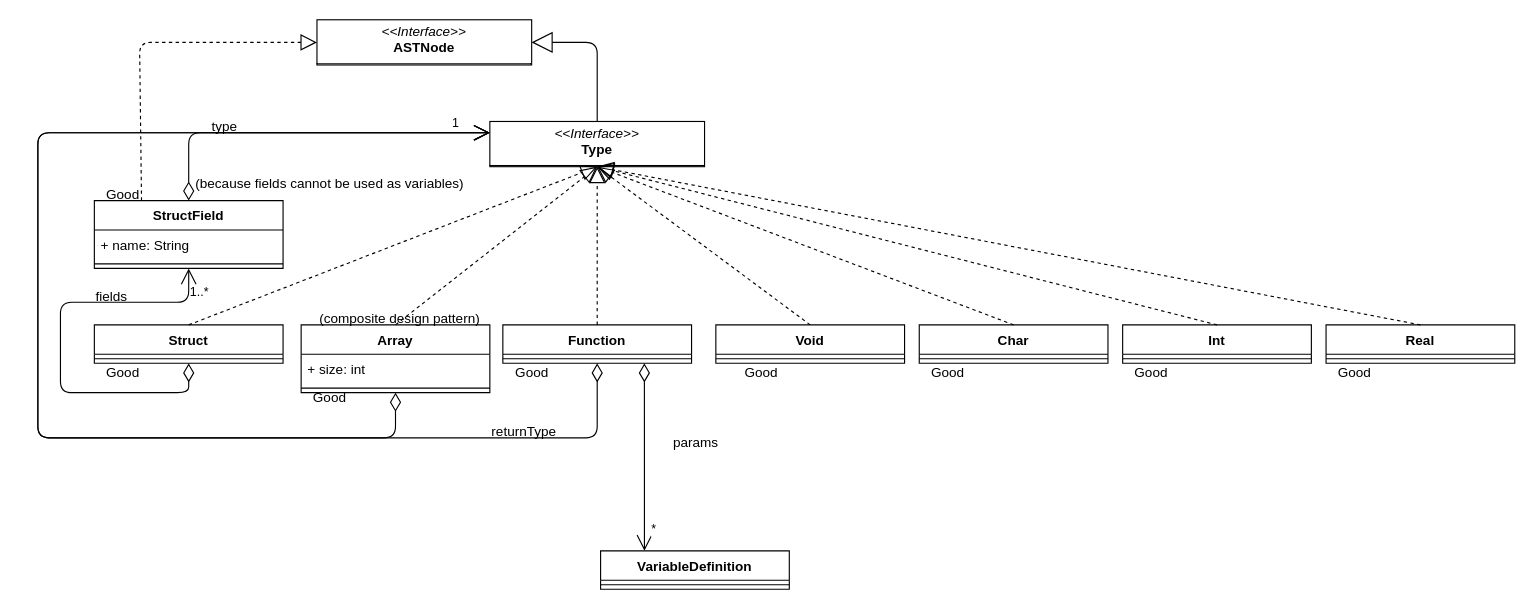
The draw.io diagram diagrams/type.drawio in Diegomcha/dlp-compiler, before the edit. Source tidied: cells renumbered, new cells numbered last; positions are measured from the earlier drawing's top-left corner, leaving out a move shared by most shapes. Both pictures are drawn from the tidied source at 113%, with x=0, y=0 at pixel (37, 19).
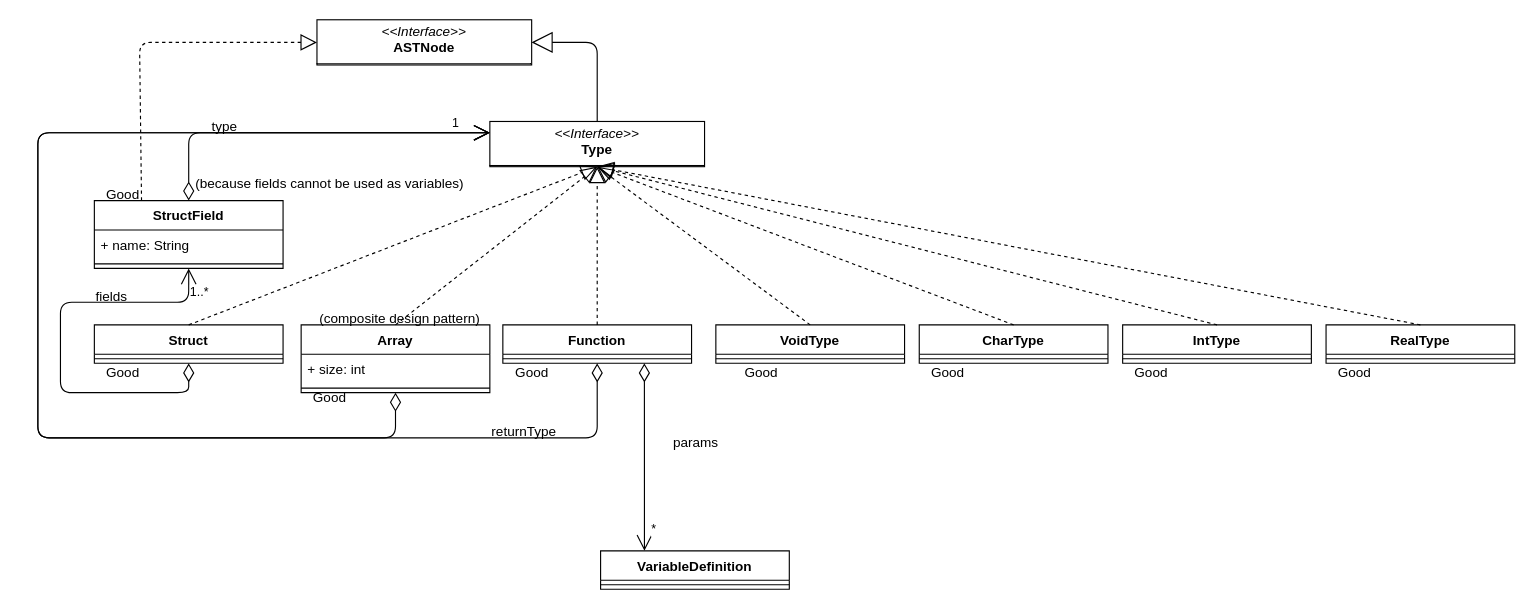
After the change.

Commit message:
fix(diagram): updated names to avoid collisions

What changed in the source:
```diff
@@
-    <mxCell id="18" value="Char" style="swimlane;fontStyle=1;align=center;verticalAlign=top;horizontal=1;startSize=26;" parent="1" vertex="1">
+    <mxCell id="18" value="CharType" style="swimlane;fontStyle=1;align=center;verticalAlign=top;horizontal=1;startSize=26;" parent="1" vertex="1">
       <mxGeometry x="780" y="270" width="167" height="34" as="geometry" />
     </mxCell>
@@
-    <mxCell id="20" value="Int" style="swimlane;fontStyle=1;align=center;verticalAlign=top;horizontal=1;startSize=26;" parent="1" vertex="1">
+    <mxCell id="20" value="IntType" style="swimlane;fontStyle=1;align=center;verticalAlign=top;horizontal=1;startSize=26;" parent="1" vertex="1">
       <mxGeometry x="960" y="270" width="167" height="34" as="geometry" />
     </mxCell>
@@
-    <mxCell id="22" value="Real" style="swimlane;fontStyle=1;align=center;verticalAlign=top;horizontal=1;startSize=26;" parent="1" vertex="1">
+    <mxCell id="22" value="RealType" style="swimlane;fontStyle=1;align=center;verticalAlign=top;horizontal=1;startSize=26;" parent="1" vertex="1">
       <mxGeometry x="1140" y="270" width="167" height="34" as="geometry" />
     </mxCell>
@@
-    <mxCell id="27" value="Void" style="swimlane;fontStyle=1;align=center;verticalAlign=top;horizontal=1;startSize=26;" parent="1" vertex="1">
+    <mxCell id="27" value="VoidType" style="swimlane;fontStyle=1;align=center;verticalAlign=top;horizontal=1;startSize=26;" parent="1" vertex="1">
       <mxGeometry x="600" y="270" width="167" height="34" as="geometry" />
     </mxCell>
```
